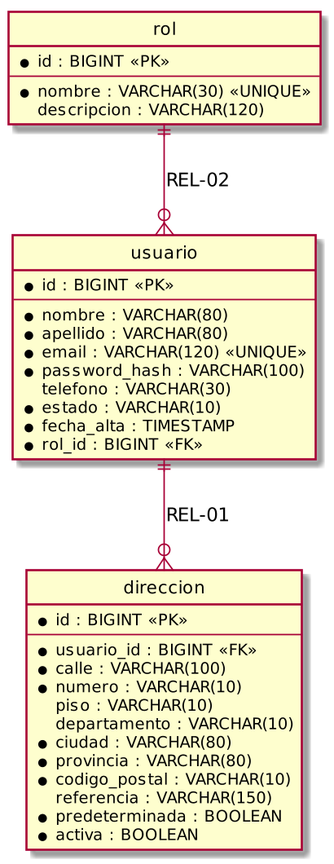
Earlier version of the PlantUML export doc/Diagramas/der.png (CarlaGorgal2002/deliverygo-usuarios-auth). Its source is kept beside it as doc/Diagramas/der.puml.
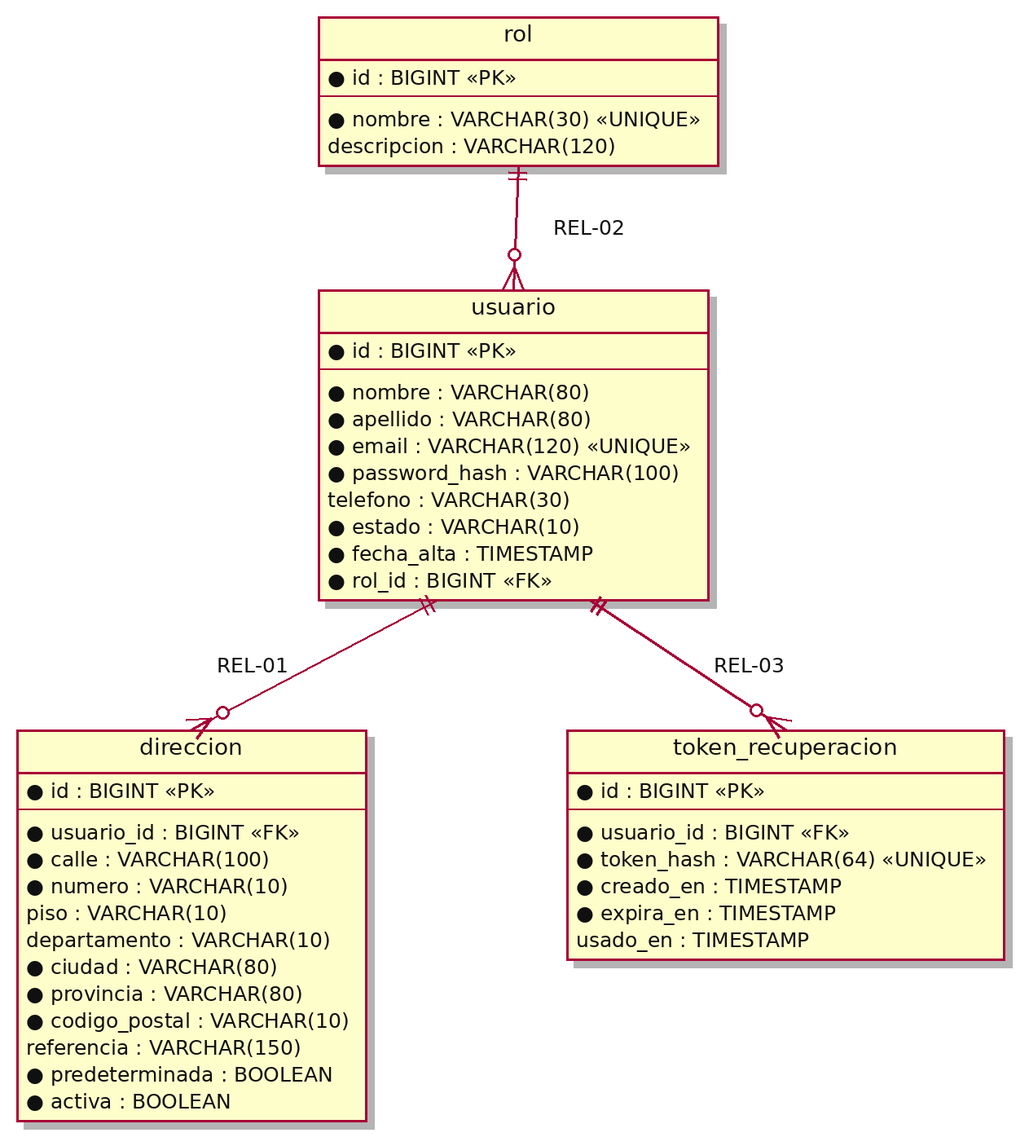
Later version of the same file.

Diff of the diagram source:
```diff
@@ -37,4 +37,14 @@
 }
 rol ||--o{ usuario : "REL-02"
 usuario ||--o{ direccion : "REL-01"
+entity "token_recuperacion" as token {
+  * id : BIGINT <<PK>>
+  --
+  * usuario_id : BIGINT <<FK>>
+  * token_hash : VARCHAR(64) <<UNIQUE>>
+  * creado_en : TIMESTAMP
+  * expira_en : TIMESTAMP
+  usado_en : TIMESTAMP
+}
+usuario ||--o{ token : "REL-03"
 @enduml
```
